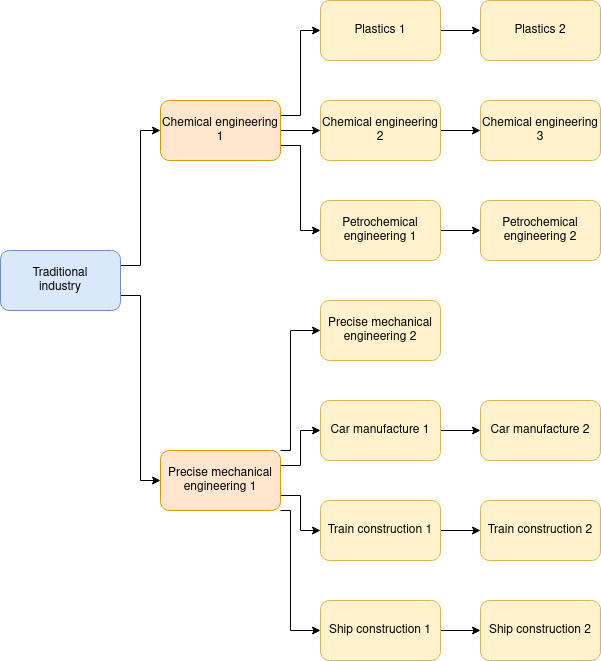
Earlier version of the draw.io export resources/techtree.png (cit1zen/workers-and-resources-community-tech-tree). Source tidied: cells renumbered, new cells last; positions are measured from the earlier drawing's top-left corner, leaving out a move shared by most shapes.
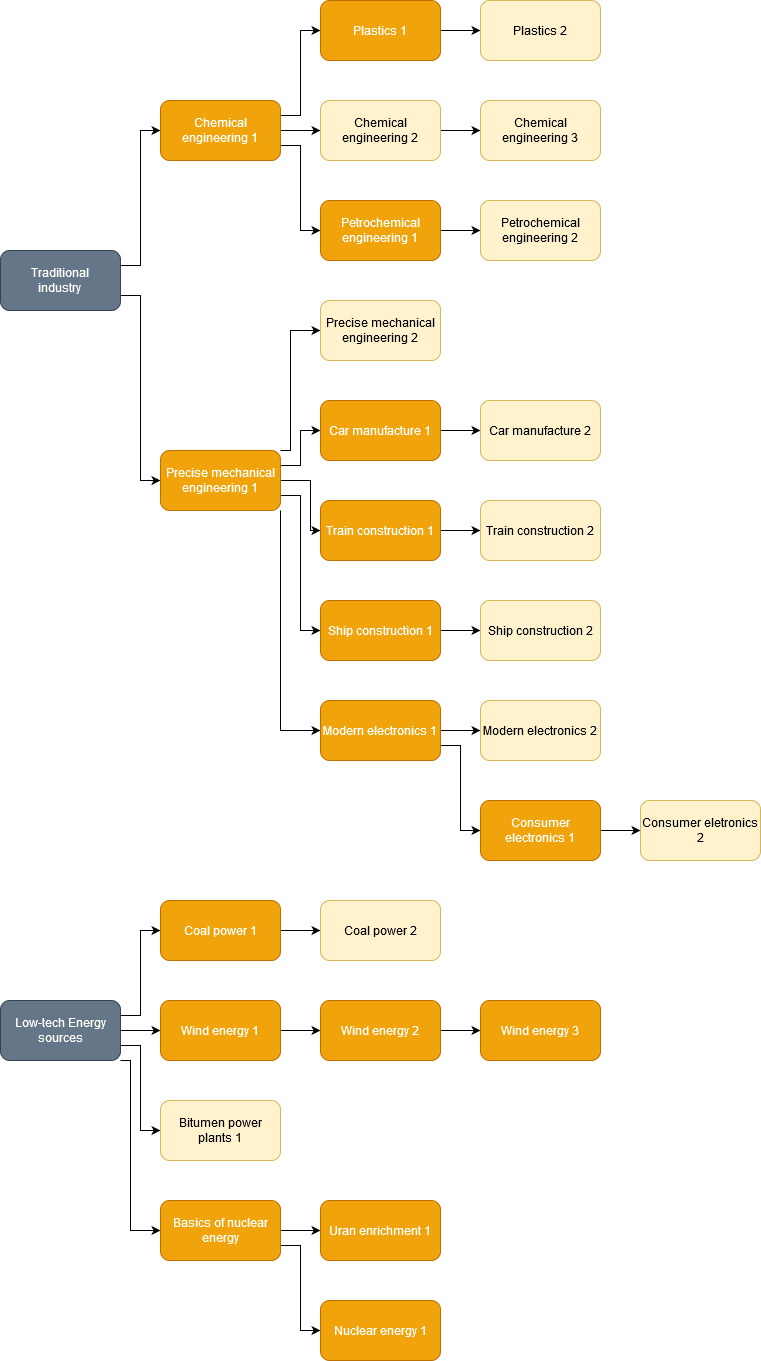
The same file after the commit.

What changed in the source:
```diff
@@ -8,7 +8,7 @@
     <mxCell id="3" style="edgeStyle=orthogonalEdgeStyle;rounded=0;jettySize=auto;html=1;exitX=1;exitY=0.75;exitDx=0;exitDy=0;entryX=0;entryY=0.5;entryDx=0;entryDy=0;" parent="1" edge="1" source="4" target="22">
       <mxGeometry relative="1" as="geometry" />
     </mxCell>
-    <mxCell id="4" value="&lt;div&gt;Traditional&lt;/div&gt;&lt;div&gt;industry&lt;br&gt;&lt;/div&gt;" style="rounded=1;whiteSpace=wrap;html=1;fillColor=#dae8fc;strokeColor=#6c8ebf;" parent="1" vertex="1">
+    <mxCell id="4" value="&lt;div&gt;Traditional&lt;/div&gt;&lt;div&gt;industry&lt;br&gt;&lt;/div&gt;" style="rounded=1;whiteSpace=wrap;html=1;fillColor=#647687;strokeColor=#314354;fontColor=#ffffff;" parent="1" vertex="1">
       <mxGeometry y="250" width="120" height="60" as="geometry" />
     </mxCell>
     <mxCell id="5" style="edgeStyle=orthogonalEdgeStyle;rounded=0;jettySize=auto;html=1;exitX=1;exitY=0.75;exitDx=0;exitDy=0;entryX=0;entryY=0.5;entryDx=0;entryDy=0;" parent="1" edge="1" source="8" target="16">
@@ -20,7 +20,7 @@
     <mxCell id="7" style="edgeStyle=orthogonalEdgeStyle;rounded=0;jettySize=auto;html=1;exitX=1;exitY=0.25;exitDx=0;exitDy=0;entryX=0;entryY=0.5;entryDx=0;entryDy=0;" parent="1" edge="1" source="8" target="13">
       <mxGeometry relative="1" as="geometry" />
     </mxCell>
-    <mxCell id="8" value="Chemical engineering 1" style="rounded=1;whiteSpace=wrap;html=1;fillColor=#ffe6cc;strokeColor=#d79b00;" parent="1" vertex="1">
+    <mxCell id="8" value="Chemical engineering 1" style="rounded=1;whiteSpace=wrap;html=1;fillColor=#f0a30a;strokeColor=#BD7000;fontColor=#ffffff;" parent="1" vertex="1">
       <mxGeometry x="160" y="100" width="120" height="60" as="geometry" />
     </mxCell>
     <mxCell id="9" style="edgeStyle=orthogonalEdgeStyle;rounded=0;jettySize=auto;html=1;exitX=1;exitY=0.5;exitDx=0;exitDy=0;" parent="1" edge="1" source="10" target="11">
@@ -35,7 +35,7 @@
     <mxCell id="12" style="edgeStyle=orthogonalEdgeStyle;rounded=0;jettySize=auto;html=1;exitX=1;exitY=0.5;exitDx=0;exitDy=0;" parent="1" edge="1" source="13" target="14">
       <mxGeometry relative="1" as="geometry" />
     </mxCell>
-    <mxCell id="13" value="&lt;div&gt;Plastics 1&lt;/div&gt;" style="rounded=1;whiteSpace=wrap;html=1;fillColor=#fff2cc;strokeColor=#d6b656;" parent="1" vertex="1">
+    <mxCell id="13" value="&lt;div&gt;Plastics 1&lt;/div&gt;" style="rounded=1;whiteSpace=wrap;html=1;fillColor=#f0a30a;strokeColor=#BD7000;fontColor=#ffffff;" parent="1" vertex="1">
       <mxGeometry x="320" width="120" height="60" as="geometry" />
     </mxCell>
     <mxCell id="14" value="Plastics 2" style="rounded=1;whiteSpace=wrap;html=1;fillColor=#fff2cc;strokeColor=#d6b656;" parent="1" vertex="1">
@@ -44,7 +44,7 @@
     <mxCell id="15" style="edgeStyle=orthogonalEdgeStyle;rounded=0;jettySize=auto;html=1;exitX=1;exitY=0.5;exitDx=0;exitDy=0;entryX=0;entryY=0.5;entryDx=0;entryDy=0;" parent="1" edge="1" source="16" target="17">
       <mxGeometry relative="1" as="geometry" />
     </mxCell>
-    <mxCell id="16" value="Petrochemical engineering 1" style="rounded=1;whiteSpace=wrap;html=1;fillColor=#fff2cc;strokeColor=#d6b656;" parent="1" vertex="1">
+    <mxCell id="16" value="Petrochemical engineering 1" style="rounded=1;whiteSpace=wrap;html=1;fillColor=#f0a30a;strokeColor=#BD7000;fontColor=#ffffff;" parent="1" vertex="1">
       <mxGeometry x="320" y="200" width="120" height="60" as="geometry" />
     </mxCell>
     <mxCell id="17" value="&lt;div&gt;Petrochemical engineering 2&lt;/div&gt;" style="rounded=1;whiteSpace=wrap;html=1;fillColor=#fff2cc;strokeColor=#d6b656;" parent="1" vertex="1">
@@ -64,21 +64,21 @@
         <mxPoint x="280" y="465" as="sourcePoint" />
       </mxGeometry>
     </mxCell>
-    <mxCell id="20" style="edgeStyle=orthogonalEdgeStyle;rounded=0;jettySize=auto;html=1;exitX=1;exitY=0.75;exitDx=0;exitDy=0;entryX=0;entryY=0.5;entryDx=0;entryDy=0;" parent="1" edge="1" target="28">
-      <mxGeometry relative="1" as="geometry">
-        <mxPoint x="280" y="495" as="sourcePoint" />
-      </mxGeometry>
-    </mxCell>
-    <mxCell id="21" style="edgeStyle=orthogonalEdgeStyle;rounded=0;jettySize=auto;html=1;exitX=1;exitY=1;exitDx=0;exitDy=0;entryX=0;entryY=0.5;entryDx=0;entryDy=0;" parent="1" edge="1" target="31">
-      <mxGeometry relative="1" as="geometry">
-        <mxPoint x="280" y="510" as="sourcePoint" />
-        <Array as="points">
-          <mxPoint x="290" y="510" />
-          <mxPoint x="290" y="630" />
-        </Array>
-      </mxGeometry>
-    </mxCell>
+    <mxCell id="33" style="edgeStyle=orthogonalEdgeStyle;rounded=0;jettySize=auto;html=1;exitX=1;exitY=0.5;exitDx=0;exitDy=0;entryX=0;entryY=0.5;entryDx=0;entryDy=0;" parent="1" edge="1" source="22" target="28">
+      <mxGeometry relative="1" as="geometry">
+        <Array as="points">
+          <mxPoint x="310" y="480" />
+          <mxPoint x="310" y="530" />
+        </Array>
+      </mxGeometry>
+    </mxCell>
+    <mxCell id="34" style="edgeStyle=orthogonalEdgeStyle;rounded=0;jettySize=auto;html=1;exitX=1;exitY=0.75;exitDx=0;exitDy=0;entryX=0;entryY=0.5;entryDx=0;entryDy=0;" parent="1" edge="1" source="22" target="31">
+      <mxGeometry relative="1" as="geometry" />
+    </mxCell>
+    <mxCell id="35" style="edgeStyle=orthogonalEdgeStyle;rounded=0;jettySize=auto;html=1;exitX=1;exitY=1;exitDx=0;exitDy=0;entryX=0;entryY=0.5;entryDx=0;entryDy=0;" parent="1" edge="1" source="22" target="38">
+      <mxGeometry relative="1" as="geometry" />
+    </mxCell>
-    <mxCell id="22" value="&lt;div&gt;Precise mechanical engineering 1&lt;/div&gt;" style="rounded=1;whiteSpace=wrap;html=1;fillColor=#ffe6cc;strokeColor=#d79b00;" parent="1" vertex="1">
+    <mxCell id="22" value="&lt;div&gt;Precise mechanical engineering 1&lt;/div&gt;" style="rounded=1;whiteSpace=wrap;html=1;fillColor=#f0a30a;strokeColor=#BD7000;fontColor=#ffffff;" parent="1" vertex="1">
       <mxGeometry x="160" y="450" width="120" height="60" as="geometry" />
     </mxCell>
     <mxCell id="23" value="Precise mechanical engineering 2" style="rounded=1;whiteSpace=wrap;html=1;fillColor=#fff2cc;strokeColor=#d6b656;" parent="1" vertex="1">
@@ -87,7 +87,7 @@
     <mxCell id="24" style="edgeStyle=orthogonalEdgeStyle;rounded=0;jettySize=auto;html=1;exitX=1;exitY=0.5;exitDx=0;exitDy=0;entryX=0;entryY=0.5;entryDx=0;entryDy=0;" parent="1" edge="1" source="25" target="26">
       <mxGeometry relative="1" as="geometry" />
     </mxCell>
-    <mxCell id="25" value="Car manufacture 1" style="rounded=1;whiteSpace=wrap;html=1;fillColor=#fff2cc;strokeColor=#d6b656;" parent="1" vertex="1">
+    <mxCell id="25" value="Car manufacture 1" style="rounded=1;whiteSpace=wrap;html=1;fillColor=#f0a30a;strokeColor=#BD7000;fontColor=#ffffff;" parent="1" vertex="1">
       <mxGeometry x="320" y="400" width="120" height="60" as="geometry" />
     </mxCell>
     <mxCell id="26" value="Car manufacture 2" style="rounded=1;whiteSpace=wrap;html=1;fillColor=#fff2cc;strokeColor=#d6b656;" parent="1" vertex="1">
@@ -96,7 +96,7 @@
     <mxCell id="27" style="edgeStyle=orthogonalEdgeStyle;rounded=0;jettySize=auto;html=1;exitX=1;exitY=0.5;exitDx=0;exitDy=0;entryX=0;entryY=0.5;entryDx=0;entryDy=0;" parent="1" edge="1" source="28" target="29">
       <mxGeometry relative="1" as="geometry" />
     </mxCell>
-    <mxCell id="28" value="Train construction 1" style="rounded=1;whiteSpace=wrap;html=1;fillColor=#fff2cc;strokeColor=#d6b656;" parent="1" vertex="1">
+    <mxCell id="28" value="Train construction 1" style="rounded=1;whiteSpace=wrap;html=1;fillColor=#f0a30a;strokeColor=#BD7000;fontColor=#ffffff;" parent="1" vertex="1">
       <mxGeometry x="320" y="500" width="120" height="60" as="geometry" />
     </mxCell>
     <mxCell id="29" value="Train construction 2" style="rounded=1;whiteSpace=wrap;html=1;fillColor=#fff2cc;strokeColor=#d6b656;" parent="1" vertex="1">
@@ -105,11 +105,94 @@
     <mxCell id="30" style="edgeStyle=orthogonalEdgeStyle;rounded=0;jettySize=auto;html=1;exitX=1;exitY=0.5;exitDx=0;exitDy=0;entryX=0;entryY=0.5;entryDx=0;entryDy=0;" parent="1" edge="1" source="31" target="32">
       <mxGeometry relative="1" as="geometry" />
     </mxCell>
-    <mxCell id="31" value="Ship construction 1" style="rounded=1;whiteSpace=wrap;html=1;fillColor=#fff2cc;strokeColor=#d6b656;" parent="1" vertex="1">
+    <mxCell id="31" value="Ship construction 1" style="rounded=1;whiteSpace=wrap;html=1;fillColor=#f0a30a;strokeColor=#BD7000;fontColor=#ffffff;" parent="1" vertex="1">
       <mxGeometry x="320" y="600" width="120" height="60" as="geometry" />
     </mxCell>
     <mxCell id="32" value="Ship construction 2" style="rounded=1;whiteSpace=wrap;html=1;fillColor=#fff2cc;strokeColor=#d6b656;" parent="1" vertex="1">
       <mxGeometry x="480" y="600" width="120" height="60" as="geometry" />
     </mxCell>
+    <mxCell id="36" style="edgeStyle=orthogonalEdgeStyle;rounded=0;jettySize=auto;html=1;exitX=1;exitY=0.5;exitDx=0;exitDy=0;entryX=0;entryY=0.5;entryDx=0;entryDy=0;" parent="1" edge="1" source="38" target="39">
+      <mxGeometry relative="1" as="geometry" />
+    </mxCell>
+    <mxCell id="37" style="edgeStyle=orthogonalEdgeStyle;rounded=0;jettySize=auto;html=1;exitX=1;exitY=0.75;exitDx=0;exitDy=0;entryX=0;entryY=0.5;entryDx=0;entryDy=0;" parent="1" edge="1" source="38" target="41">
+      <mxGeometry relative="1" as="geometry" />
+    </mxCell>
+    <mxCell id="38" value="Modern electronics 1" style="rounded=1;whiteSpace=wrap;html=1;fillColor=#f0a30a;strokeColor=#BD7000;fontColor=#ffffff;" parent="1" vertex="1">
+      <mxGeometry x="320" y="700" width="120" height="60" as="geometry" />
+    </mxCell>
+    <mxCell id="39" value="Modern electronics 2" style="rounded=1;whiteSpace=wrap;html=1;fillColor=#fff2cc;strokeColor=#d6b656;" parent="1" vertex="1">
+      <mxGeometry x="480" y="700" width="120" height="60" as="geometry" />
+    </mxCell>
+    <mxCell id="40" style="edgeStyle=orthogonalEdgeStyle;rounded=0;jettySize=auto;html=1;exitX=1;exitY=0.5;exitDx=0;exitDy=0;entryX=0;entryY=0.5;entryDx=0;entryDy=0;" parent="1" edge="1" source="41" target="42">
+      <mxGeometry relative="1" as="geometry" />
+    </mxCell>
+    <mxCell id="41" value="Consumer electronics 1" style="rounded=1;whiteSpace=wrap;html=1;fillColor=#f0a30a;strokeColor=#BD7000;fontColor=#ffffff;" parent="1" vertex="1">
+      <mxGeometry x="480" y="800" width="120" height="60" as="geometry" />
+    </mxCell>
+    <mxCell id="42" value="Consumer eletronics 2" style="rounded=1;whiteSpace=wrap;html=1;fillColor=#fff2cc;strokeColor=#d6b656;" parent="1" vertex="1">
+      <mxGeometry x="640" y="800" width="120" height="60" as="geometry" />
+    </mxCell>
+    <mxCell id="43" style="edgeStyle=orthogonalEdgeStyle;rounded=0;jettySize=auto;html=1;exitX=1;exitY=0.25;exitDx=0;exitDy=0;entryX=0;entryY=0.5;entryDx=0;entryDy=0;" parent="1" edge="1" source="47" target="49">
+      <mxGeometry relative="1" as="geometry" />
+    </mxCell>
+    <mxCell id="44" style="edgeStyle=orthogonalEdgeStyle;rounded=0;jettySize=auto;html=1;exitX=1;exitY=0.5;exitDx=0;exitDy=0;entryX=0;entryY=0.5;entryDx=0;entryDy=0;" parent="1" edge="1" source="47" target="52">
+      <mxGeometry relative="1" as="geometry" />
+    </mxCell>
+    <mxCell id="45" style="edgeStyle=orthogonalEdgeStyle;rounded=0;jettySize=auto;html=1;exitX=1;exitY=0.75;exitDx=0;exitDy=0;entryX=0;entryY=0.5;entryDx=0;entryDy=0;" parent="1" edge="1" source="47" target="56">
+      <mxGeometry relative="1" as="geometry" />
+    </mxCell>
+    <mxCell id="46" style="edgeStyle=orthogonalEdgeStyle;rounded=0;jettySize=auto;html=1;exitX=1;exitY=1;exitDx=0;exitDy=0;entryX=0;entryY=0.5;entryDx=0;entryDy=0;" parent="1" edge="1" source="47" target="59">
+      <mxGeometry relative="1" as="geometry">
+        <Array as="points">
+          <mxPoint x="130" y="1060" />
+          <mxPoint x="130" y="1230" />
+        </Array>
+      </mxGeometry>
+    </mxCell>
+    <mxCell id="47" value="Low-tech Energy sources" style="rounded=1;whiteSpace=wrap;html=1;fillColor=#647687;strokeColor=#314354;fontColor=#ffffff;" parent="1" vertex="1">
+      <mxGeometry y="1000" width="120" height="60" as="geometry" />
+    </mxCell>
+    <mxCell id="48" style="edgeStyle=orthogonalEdgeStyle;rounded=0;jettySize=auto;html=1;exitX=1;exitY=0.5;exitDx=0;exitDy=0;entryX=0;entryY=0.5;entryDx=0;entryDy=0;" parent="1" edge="1" source="49" target="50">
+      <mxGeometry relative="1" as="geometry" />
+    </mxCell>
+    <mxCell id="49" value="Coal power 1" style="rounded=1;whiteSpace=wrap;html=1;fillColor=#f0a30a;strokeColor=#BD7000;fontColor=#ffffff;" parent="1" vertex="1">
+      <mxGeometry x="160" y="900" width="120" height="60" as="geometry" />
+    </mxCell>
+    <mxCell id="50" value="Coal power 2" style="rounded=1;whiteSpace=wrap;html=1;fillColor=#fff2cc;strokeColor=#d6b656;" parent="1" vertex="1">
+      <mxGeometry x="320" y="900" width="120" height="60" as="geometry" />
+    </mxCell>
+    <mxCell id="51" style="edgeStyle=orthogonalEdgeStyle;rounded=0;jettySize=auto;html=1;exitX=1;exitY=0.5;exitDx=0;exitDy=0;entryX=0;entryY=0.5;entryDx=0;entryDy=0;" parent="1" edge="1" source="52" target="54">
+      <mxGeometry relative="1" as="geometry" />
+    </mxCell>
+    <mxCell id="52" value="Wind energy 1" style="rounded=1;whiteSpace=wrap;html=1;fillColor=#f0a30a;strokeColor=#BD7000;fontColor=#ffffff;" parent="1" vertex="1">
+      <mxGeometry x="160" y="1000" width="120" height="60" as="geometry" />
+    </mxCell>
+    <mxCell id="53" style="edgeStyle=orthogonalEdgeStyle;rounded=0;jettySize=auto;html=1;exitX=1;exitY=0.5;exitDx=0;exitDy=0;" parent="1" edge="1" source="54" target="55">
+      <mxGeometry relative="1" as="geometry" />
+    </mxCell>
+    <mxCell id="54" value="Wind energy 2" style="rounded=1;whiteSpace=wrap;html=1;fillColor=#f0a30a;strokeColor=#BD7000;fontColor=#ffffff;" parent="1" vertex="1">
+      <mxGeometry x="320" y="1000" width="120" height="60" as="geometry" />
+    </mxCell>
+    <mxCell id="55" value="Wind energy 3" style="rounded=1;whiteSpace=wrap;html=1;fillColor=#f0a30a;strokeColor=#BD7000;fontColor=#ffffff;" parent="1" vertex="1">
+      <mxGeometry x="480" y="1000" width="120" height="60" as="geometry" />
+    </mxCell>
+    <mxCell id="56" value="Bitumen power plants 1" style="rounded=1;whiteSpace=wrap;html=1;fillColor=#fff2cc;strokeColor=#d6b656;" parent="1" vertex="1">
+      <mxGeometry x="160" y="1100" width="120" height="60" as="geometry" />
+    </mxCell>
+    <mxCell id="57" style="edgeStyle=orthogonalEdgeStyle;rounded=0;jettySize=auto;html=1;exitX=1;exitY=0.5;exitDx=0;exitDy=0;entryX=0;entryY=0.5;entryDx=0;entryDy=0;" parent="1" edge="1" source="59" target="60">
+      <mxGeometry relative="1" as="geometry" />
+    </mxCell>
+    <mxCell id="58" style="edgeStyle=orthogonalEdgeStyle;rounded=0;jettySize=auto;html=1;exitX=1;exitY=0.75;exitDx=0;exitDy=0;entryX=0;entryY=0.5;entryDx=0;entryDy=0;" parent="1" edge="1" source="59" target="61">
+      <mxGeometry relative="1" as="geometry" />
+    </mxCell>
+    <mxCell id="59" value="Basics of nuclear energy" style="rounded=1;whiteSpace=wrap;html=1;fillColor=#f0a30a;strokeColor=#BD7000;fontColor=#ffffff;" parent="1" vertex="1">
+      <mxGeometry x="160" y="1200" width="120" height="60" as="geometry" />
+    </mxCell>
+    <mxCell id="60" value="Uran enrichment 1" style="rounded=1;whiteSpace=wrap;html=1;fillColor=#f0a30a;strokeColor=#BD7000;fontColor=#ffffff;" parent="1" vertex="1">
+      <mxGeometry x="320" y="1200" width="120" height="60" as="geometry" />
+    </mxCell>
+    <mxCell id="61" value="Nuclear energy 1" style="rounded=1;whiteSpace=wrap;html=1;fillColor=#f0a30a;strokeColor=#BD7000;fontColor=#ffffff;" parent="1" vertex="1">
+      <mxGeometry x="320" y="1300" width="120" height="60" as="geometry" />
+    </mxCell>
   </root>
 </mxGraphModel>
```
